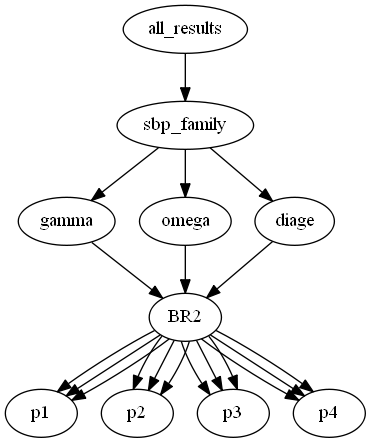
zolargwrk/PySBP keeps this Graphviz diagram as visual/all_results_2d.dot.png. Above is the earlier version. Its source is kept beside it as visual/all_results_2d.dot.
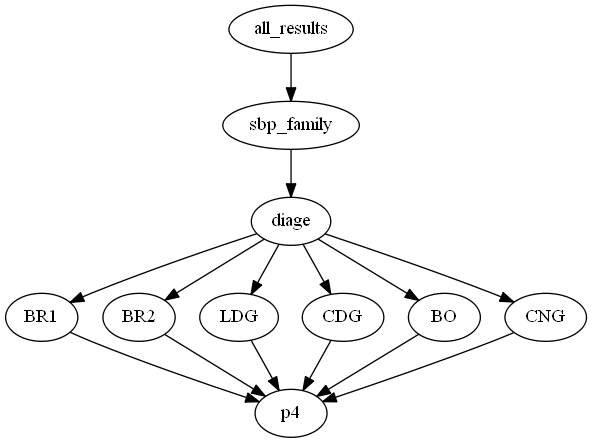
The same diagram one commit later.

Change to the diagram source:
```diff
@@ -1,41 +1,31 @@
 digraph tree {
     "all_results";
     "sbp_family";
-    "gamma";
+    "diage";
+    "BR1";
+    "p4";
     "BR2";
-    "p1";
-    "p2";
-    "p3";
     "p4";
-    "omega";
-    "BR2";
-    "p1";
-    "p2";
-    "p3";
+    "LDG";
     "p4";
-    "diage";
-    "BR2";
-    "p1";
-    "p2";
-    "p3";
+    "CDG";
+    "p4";
+    "BO";
+    "p4";
+    "CNG";
     "p4";
     "all_results" -> "sbp_family";
-    "sbp_family" -> "gamma";
-    "sbp_family" -> "omega";
     "sbp_family" -> "diage";
-    "gamma" -> "BR2";
-    "BR2" -> "p1";
-    "BR2" -> "p2";
-    "BR2" -> "p3";
+    "diage" -> "BR1";
+    "diage" -> "BR2";
+    "diage" -> "LDG";
+    "diage" -> "CDG";
+    "diage" -> "BO";
+    "diage" -> "CNG";
+    "BR1" -> "p4";
     "BR2" -> "p4";
-    "omega" -> "BR2";
-    "BR2" -> "p1";
-    "BR2" -> "p2";
-    "BR2" -> "p3";
-    "BR2" -> "p4";
-    "diage" -> "BR2";
-    "BR2" -> "p1";
-    "BR2" -> "p2";
-    "BR2" -> "p3";
-    "BR2" -> "p4";
+    "LDG" -> "p4";
+    "CDG" -> "p4";
+    "BO" -> "p4";
+    "CNG" -> "p4";
 }
```
